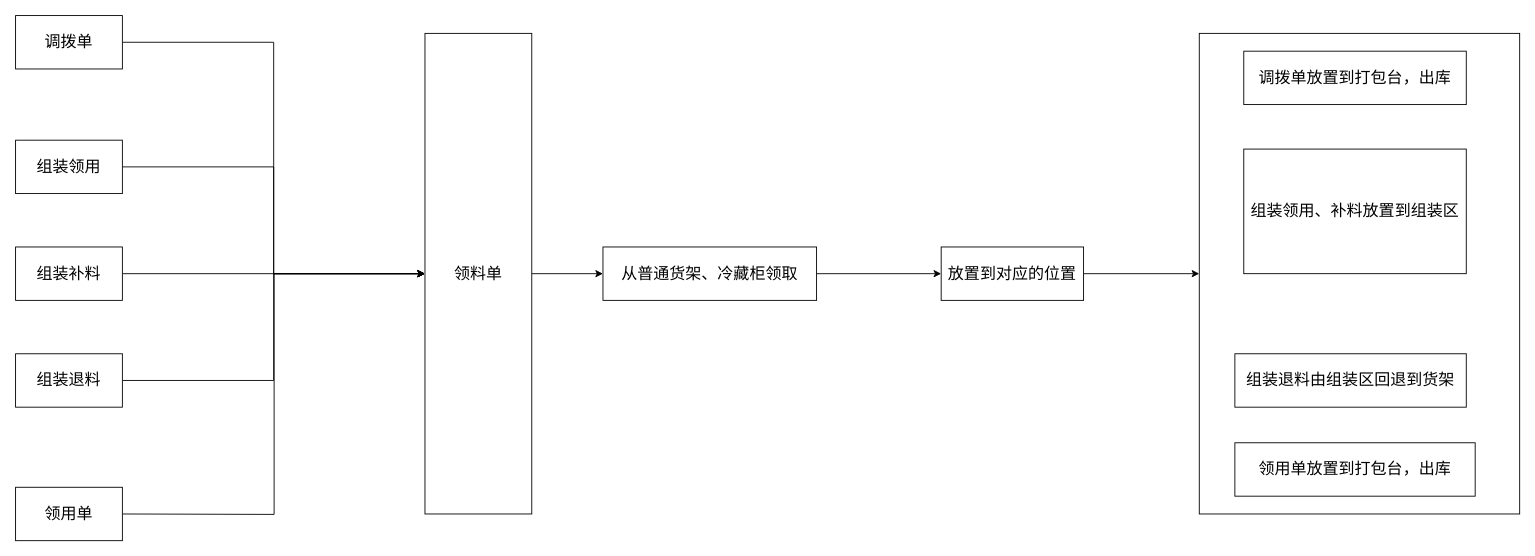
Above: 生产管理储位变化.drawio in linbingxing/mind (draw.io), before the change. Source tidied: cells renumbered, new cells numbered last; positions are measured from the earlier drawing's top-left corner, leaving out a move shared by most shapes. Both pictures are drawn from the tidied source at 89%, with x=0, y=0 at pixel (15, 15).
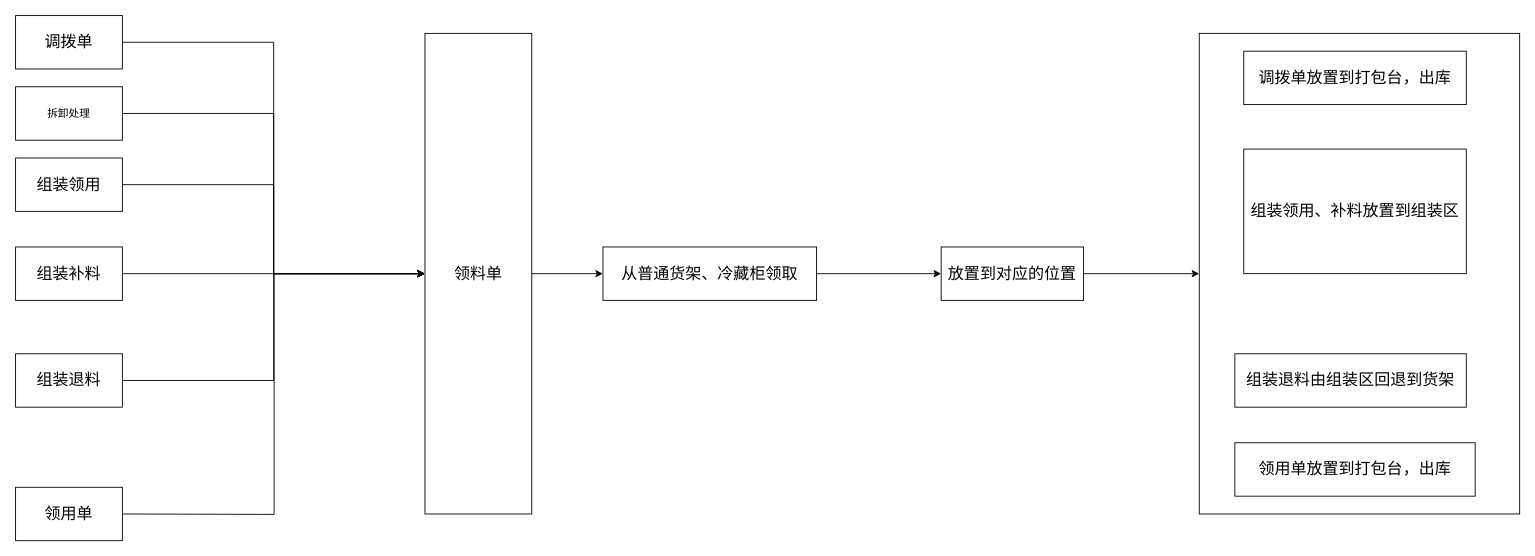
The same diagram, later.

Commit message (it also covers changes not shown here):
更新生产管理储位变化.drawio

Unchanged cells that the change refers to:
```xml
<mxCell id="3" value="领料单" style="rounded=0;whiteSpace=wrap;html=1;fontSize=18;" parent="1" vertex="1">
  <mxGeometry x="460" y="20" width="120" height="540" as="geometry" />
</mxCell>
```

Diff of the diagram source:
```diff
@@
     <mxCell id="7" value="组装领用" style="rounded=0;whiteSpace=wrap;html=1;fontSize=18;" parent="1" vertex="1">
-      <mxGeometry y="140" width="120" height="60" as="geometry" />
+      <mxGeometry y="160" width="120" height="60" as="geometry" />
     </mxCell>
@@
+    <mxCell id="23" style="edgeStyle=orthogonalEdgeStyle;rounded=0;jettySize=auto;html=1;entryX=0;entryY=0.5;entryDx=0;entryDy=0;" parent="1" edge="1" source="24" target="3">
+      <mxGeometry relative="1" as="geometry" />
+    </mxCell>
+    <mxCell id="24" value="拆卸处理" style="rounded=0;whiteSpace=wrap;html=1;" parent="1" vertex="1">
+      <mxGeometry y="80" width="120" height="60" as="geometry" />
+    </mxCell>
```
